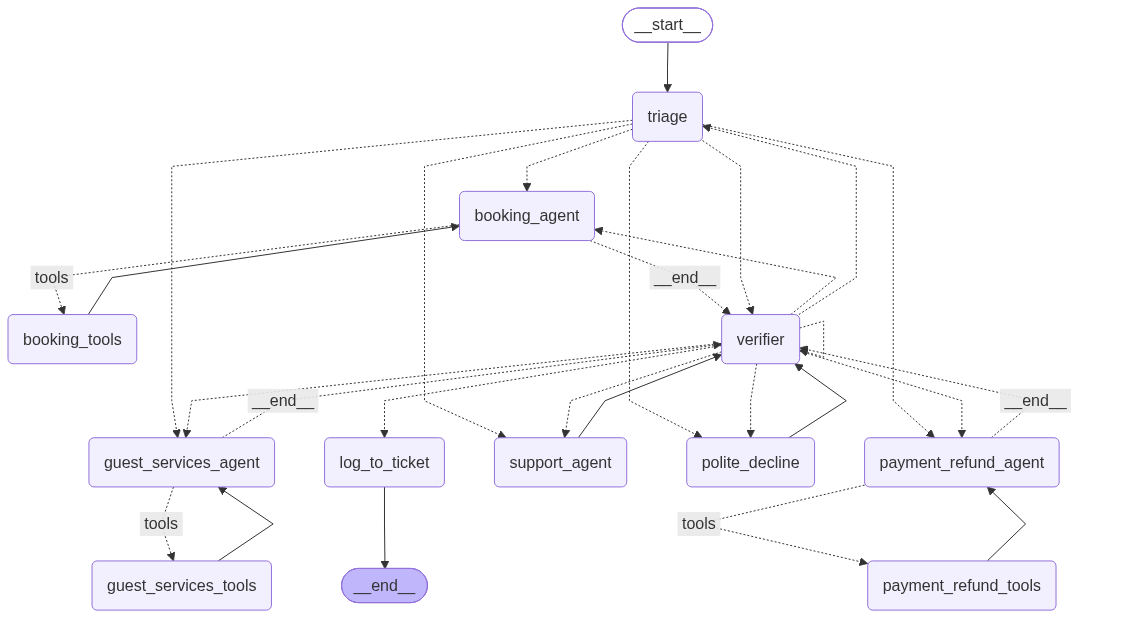
Sameenshahzad04/Hotel-Booking-Agent keeps this Mermaid diagram as backend/chatbot/Agent_Workflow6.png. Above is the earlier version. Its source is kept beside it as backend/chatbot/Agent_Workflow6.mmd.
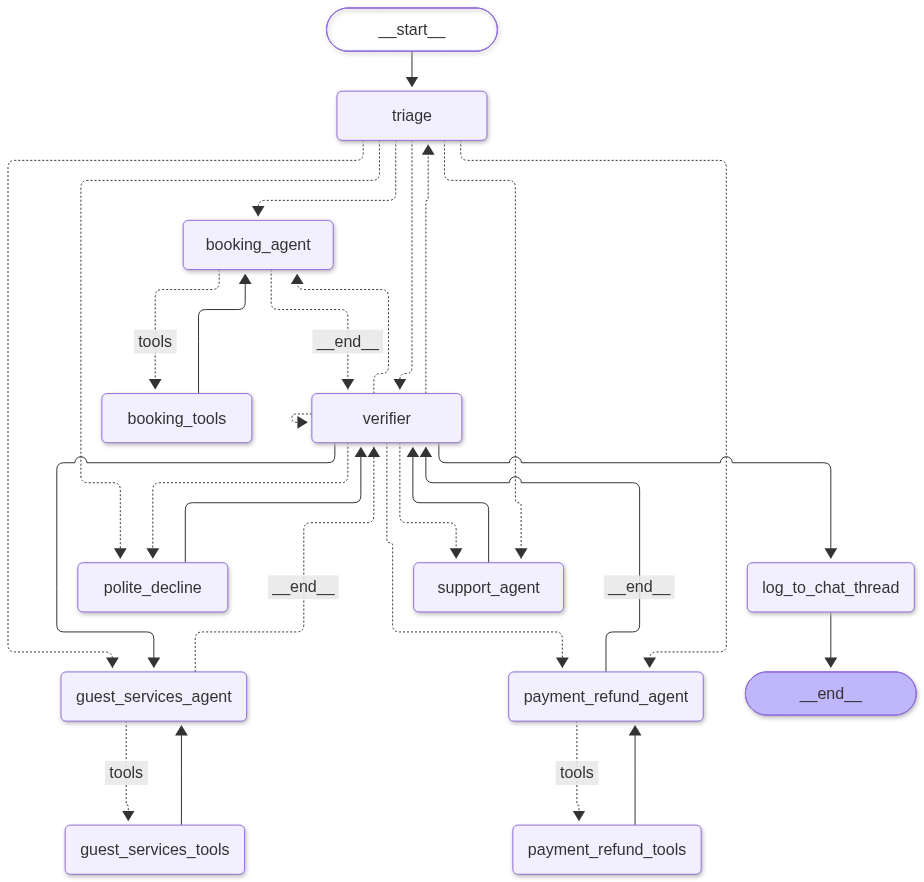
The same diagram one commit later.

What changed in the source:
```diff
@@ -15,7 +15,7 @@
 	support_agent(support_agent)
 	polite_decline(polite_decline)
 	verifier(verifier)
-	log_to_ticket(log_to_ticket)
+	log_to_chat_thread(log_to_chat_thread)
 	__end__([<p>__end__</p>]):::last
 	__start__ --> triage;
 	booking_agent -. &nbsp;tools&nbsp; .-> booking_tools;
@@ -37,12 +37,12 @@
 	triage -.-> verifier;
 	verifier -.-> booking_agent;
 	verifier -.-> guest_services_agent;
-	verifier -.-> log_to_ticket;
+	verifier -.-> log_to_chat_thread;
 	verifier -.-> payment_refund_agent;
 	verifier -.-> polite_decline;
 	verifier -.-> support_agent;
 	verifier -.-> triage;
-	log_to_ticket --> __end__;
+	log_to_chat_thread --> __end__;
 	verifier -.-> verifier;
 	classDef default fill:#f2f0ff,line-height:1.2
 	classDef first fill-opacity:0
```
